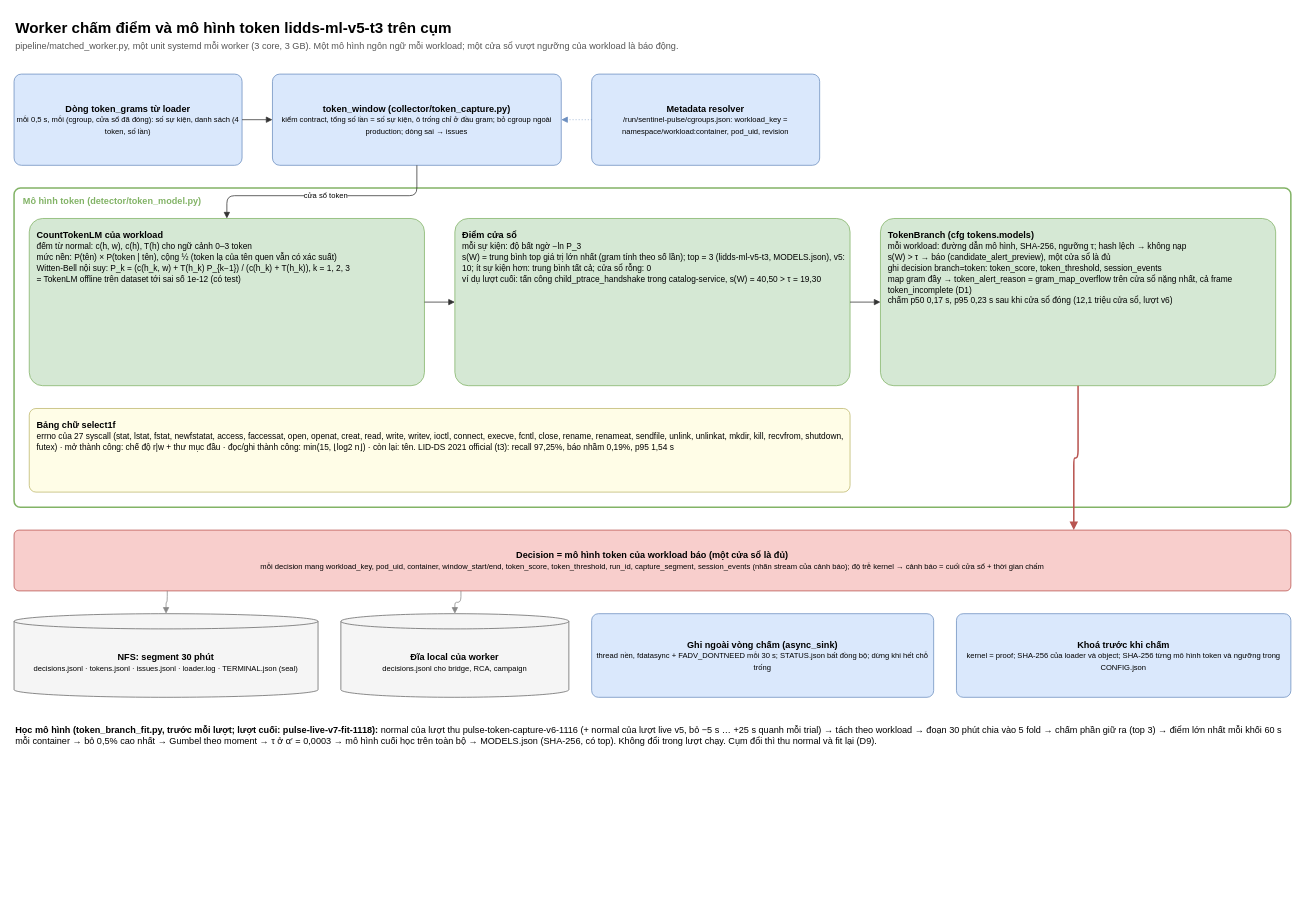
The draw.io diagram page "3. Worker và mô hình token" (3 of 5) of docs/architecture/sentinel-pulse-architecture.drawio in tndat-dev/eBPF-project, before the edit. Source tidied: cells renumbered, new cells numbered last; positions are measured from the earlier drawing's top-left corner, leaving out a move shared by most shapes. Both pictures are drawn from the tidied source at 76%, with x=0, y=0 at pixel (14, 13).
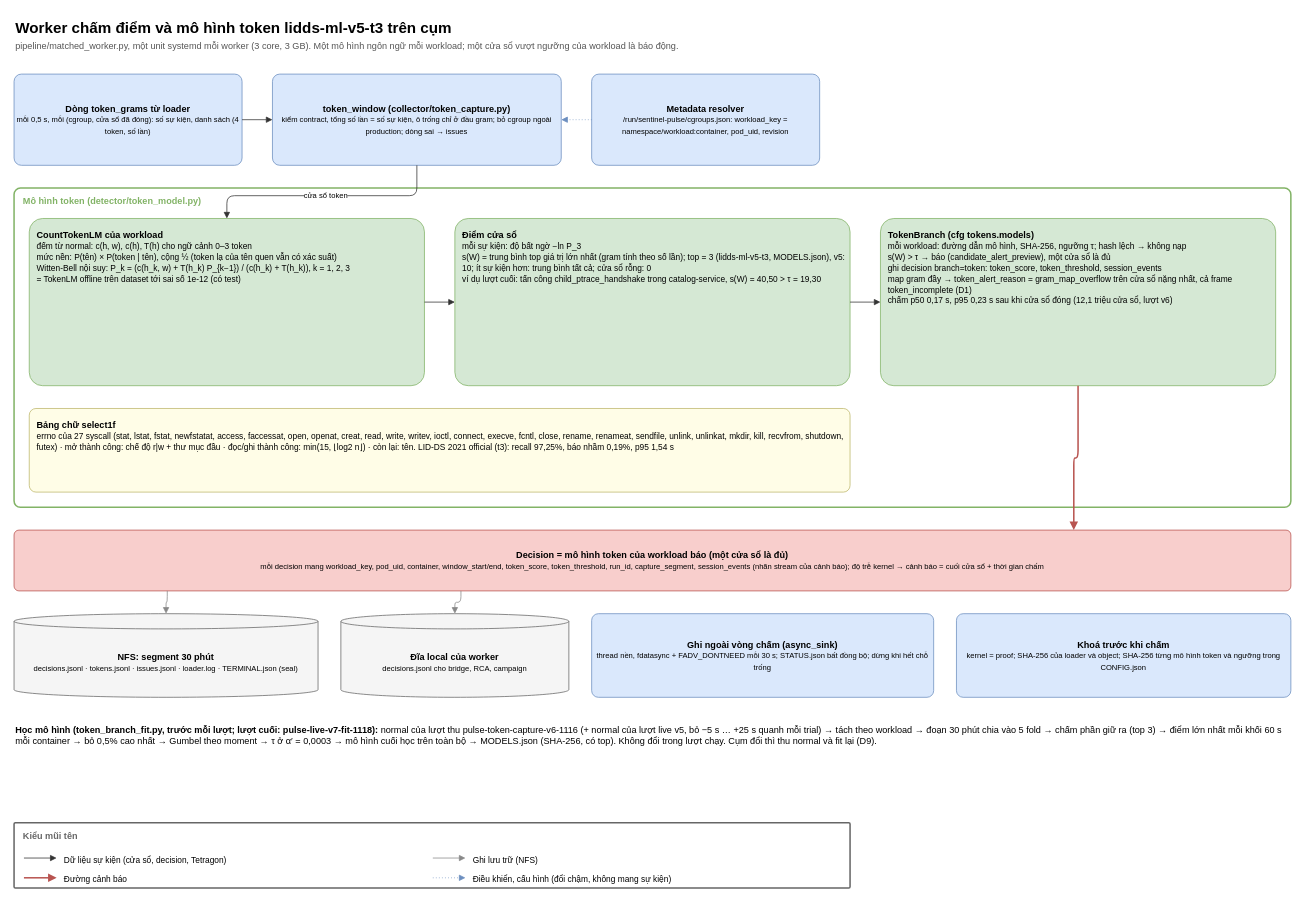
The same diagram, later.

Change to the diagram source:
```diff
@@
+    <mxCell id="26" value="Kiểu mũi tên" style="rounded=1;whiteSpace=wrap;html=1;fillColor=none;strokeColor=#666666;strokeWidth=2;arcSize=2;verticalAlign=top;align=left;spacingLeft=10;spacingTop=4;fontStyle=1;fontSize=12;fontColor=#666666;" parent="1" vertex="1">
+      <mxGeometry y="1065" width="1100" height="86" as="geometry" />
+    </mxCell>
+    <mxCell id="27" style="text;html=1;strokeColor=none;fillColor=none;" parent="1" vertex="1">
+      <mxGeometry x="12" y="1111" width="1" height="1" as="geometry" />
+    </mxCell>
+    <mxCell id="28" style="text;html=1;strokeColor=none;fillColor=none;" parent="1" vertex="1">
+      <mxGeometry x="56" y="1111" width="1" height="1" as="geometry" />
+    </mxCell>
+    <mxCell id="29" style="edgeStyle=orthogonalEdgeStyle;rounded=1;html=1;endArrow=block;endFill=1;fontSize=10;labelBackgroundColor=#FFFFFF;strokeColor=#333333;" parent="1" edge="1" source="27" target="28">
+      <mxGeometry relative="1" as="geometry" />
+    </mxCell>
+    <mxCell id="30" value="Dữ liệu sự kiện (cửa sổ, decision, Tetragon)" style="text;html=1;whiteSpace=wrap;align=left;verticalAlign=top;fontSize=11;" parent="1" vertex="1">
+      <mxGeometry x="64" y="1101" width="482" height="22" as="geometry" />
+    </mxCell>
+    <mxCell id="31" style="text;html=1;strokeColor=none;fillColor=none;" parent="1" vertex="1">
+      <mxGeometry x="12" y="1137" width="1" height="1" as="geometry" />
+    </mxCell>
+    <mxCell id="32" style="text;html=1;strokeColor=none;fillColor=none;" parent="1" vertex="1">
+      <mxGeometry x="56" y="1137" width="1" height="1" as="geometry" />
+    </mxCell>
+    <mxCell id="33" style="edgeStyle=orthogonalEdgeStyle;rounded=1;html=1;endArrow=block;endFill=1;fontSize=10;labelBackgroundColor=#FFFFFF;strokeColor=#B85450;strokeWidth=2;" parent="1" edge="1" source="31" target="32">
+      <mxGeometry relative="1" as="geometry" />
+    </mxCell>
+    <mxCell id="34" value="Đường cảnh báo" style="text;html=1;whiteSpace=wrap;align=left;verticalAlign=top;fontSize=11;" parent="1" vertex="1">
+      <mxGeometry x="64" y="1127" width="482" height="22" as="geometry" />
+    </mxCell>
+    <mxCell id="35" style="text;html=1;strokeColor=none;fillColor=none;" parent="1" vertex="1">
+      <mxGeometry x="550" y="1111" width="1" height="1" as="geometry" />
+    </mxCell>
+    <mxCell id="36" style="text;html=1;strokeColor=none;fillColor=none;" parent="1" vertex="1">
+      <mxGeometry x="594" y="1111" width="1" height="1" as="geometry" />
+    </mxCell>
+    <mxCell id="37" style="edgeStyle=orthogonalEdgeStyle;rounded=1;html=1;endArrow=block;endFill=1;fontSize=10;labelBackgroundColor=#FFFFFF;strokeColor=#888888;" parent="1" edge="1" source="35" target="36">
+      <mxGeometry relative="1" as="geometry" />
+    </mxCell>
+    <mxCell id="38" value="Ghi lưu trữ (NFS)" style="text;html=1;whiteSpace=wrap;align=left;verticalAlign=top;fontSize=11;" parent="1" vertex="1">
+      <mxGeometry x="602" y="1101" width="482" height="22" as="geometry" />
+    </mxCell>
+    <mxCell id="39" style="text;html=1;strokeColor=none;fillColor=none;" parent="1" vertex="1">
+      <mxGeometry x="550" y="1137" width="1" height="1" as="geometry" />
+    </mxCell>
+    <mxCell id="40" style="text;html=1;strokeColor=none;fillColor=none;" parent="1" vertex="1">
+      <mxGeometry x="594" y="1137" width="1" height="1" as="geometry" />
+    </mxCell>
+    <mxCell id="41" style="edgeStyle=orthogonalEdgeStyle;rounded=1;html=1;endArrow=block;endFill=1;fontSize=10;labelBackgroundColor=#FFFFFF;strokeColor=#6C8EBF;dashed=1;dashPattern=1 3;" parent="1" edge="1" source="39" target="40">
+      <mxGeometry relative="1" as="geometry" />
+    </mxCell>
+    <mxCell id="42" value="Điều khiển, cấu hình (đổi chậm, không mang sự kiện)" style="text;html=1;whiteSpace=wrap;align=left;verticalAlign=top;fontSize=11;" parent="1" vertex="1">
+      <mxGeometry x="602" y="1127" width="482" height="22" as="geometry" />
+    </mxCell>
```
